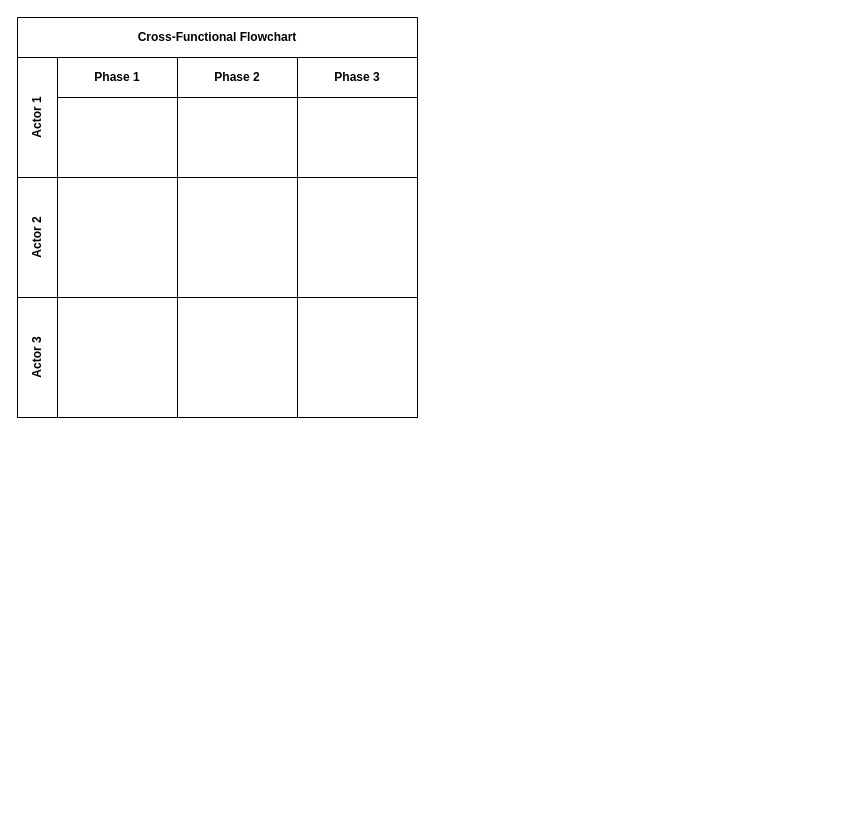
tekiegirl/TheMadKatas keeps this draw.io diagram as page "Page-2" (2 of 3) of Untitled Diagram.drawio. Above is the earlier version. Source tidied: cells renumbered, new cells numbered last; positions are measured from the earlier drawing's top-left corner, leaving out a move shared by most shapes. Both pictures are drawn from the tidied source at 100%, with x=0, y=0 at pixel (17, 17).
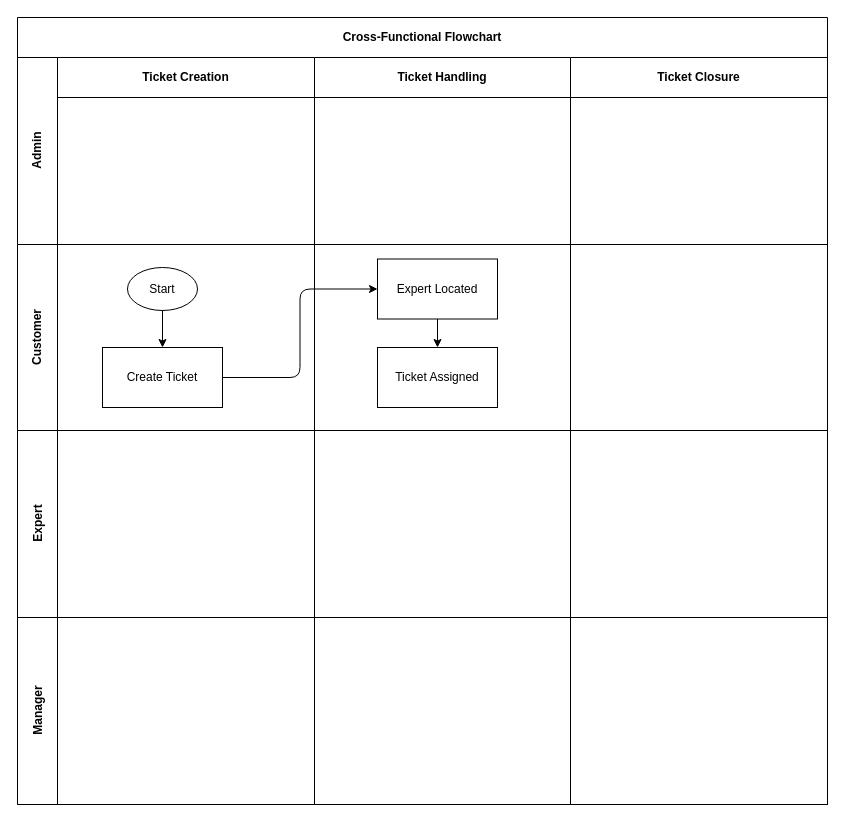
After the change.

What changed in the source:
```diff
@@
     <mxCell id="2" value="Cross-Functional Flowchart" style="shape=table;childLayout=tableLayout;rowLines=0;columnLines=0;startSize=40;html=1;whiteSpace=wrap;fontStyle=1;align=center;" parent="1" vertex="1">
-      <mxGeometry width="400" height="400" as="geometry" />
+      <mxGeometry width="810" height="787" as="geometry" />
     </mxCell>
-    <mxCell id="3" value="Actor 1" style="swimlane;horizontal=0;startSize=40;html=1;whiteSpace=wrap;fontStyle=1;" parent="2" vertex="1">
-      <mxGeometry y="40" width="400" height="120" as="geometry" />
+    <mxCell id="3" value="Admin" style="swimlane;horizontal=0;startSize=40;html=1;whiteSpace=wrap;fontStyle=1;" parent="2" vertex="1">
+      <mxGeometry y="40" width="810" height="187" as="geometry" />
     </mxCell>
-    <mxCell id="4" value="Phase 1" style="swimlane;startSize=40;html=1;whiteSpace=wrap;" parent="3" vertex="1">
-      <mxGeometry x="40" width="120" height="120" as="geometry" />
+    <mxCell id="4" value="Ticket Creation" style="swimlane;startSize=40;html=1;whiteSpace=wrap;" parent="3" vertex="1">
+      <mxGeometry x="40" width="257" height="187" as="geometry" />
     </mxCell>
-    <mxCell id="5" value="Phase 2" style="swimlane;startSize=40;html=1;whiteSpace=wrap;" parent="3" vertex="1">
-      <mxGeometry x="160" width="120" height="120" as="geometry" />
+    <mxCell id="5" value="Ticket Handling" style="swimlane;startSize=40;html=1;whiteSpace=wrap;" parent="3" vertex="1">
+      <mxGeometry x="297" width="256" height="187" as="geometry" />
     </mxCell>
-    <mxCell id="6" value="Phase 3" style="swimlane;startSize=40;html=1;whiteSpace=wrap;" parent="3" vertex="1">
-      <mxGeometry x="280" width="120" height="120" as="geometry" />
+    <mxCell id="6" value="Ticket Closure" style="swimlane;startSize=40;html=1;whiteSpace=wrap;" parent="3" vertex="1">
+      <mxGeometry x="553" width="257" height="187" as="geometry" />
     </mxCell>
-    <mxCell id="7" value="Actor 2" style="swimlane;horizontal=0;startSize=40;html=1;whiteSpace=wrap;" parent="2" vertex="1">
-      <mxGeometry y="160" width="400" height="120" as="geometry" />
+    <mxCell id="7" value="Customer" style="swimlane;horizontal=0;startSize=40;html=1;whiteSpace=wrap;" parent="2" vertex="1">
+      <mxGeometry y="227" width="810" height="186" as="geometry" />
     </mxCell>
     <mxCell id="8" style="swimlane;startSize=0;html=1;whiteSpace=wrap;" parent="7" vertex="1">
-      <mxGeometry x="40" width="120" height="120" as="geometry" />
+      <mxGeometry x="40" width="257" height="186" as="geometry" />
     </mxCell>
+    <mxCell id="15" value="Start" style="ellipse;whiteSpace=wrap;html=1;" parent="8" vertex="1">
+      <mxGeometry x="70" y="23" width="70" height="43" as="geometry" />
+    </mxCell>
+    <mxCell id="16" value="Create Ticket" style="rounded=0;whiteSpace=wrap;html=1;" parent="8" vertex="1">
+      <mxGeometry x="45" y="103" width="120" height="60" as="geometry" />
+    </mxCell>
+    <mxCell id="17" style="endArrow=classic;html=1;entryX=0.5;entryY=0;entryDx=0;entryDy=0;exitX=0.5;exitY=1;exitDx=0;exitDy=0;" parent="8" edge="1" source="15" target="16">
+      <mxGeometry relative="1" as="geometry" />
+    </mxCell>
     <mxCell id="9" style="swimlane;startSize=0;html=1;whiteSpace=wrap;" parent="7" vertex="1">
-      <mxGeometry x="160" width="120" height="120" as="geometry" />
+      <mxGeometry x="297" width="256" height="186" as="geometry" />
     </mxCell>
+    <mxCell id="18" value="Expert Located" style="rounded=0;whiteSpace=wrap;html=1;" parent="9" vertex="1">
+      <mxGeometry x="63" y="14.5" width="120" height="60" as="geometry" />
+    </mxCell>
+    <mxCell id="19" value="Ticket Assigned" style="rounded=0;whiteSpace=wrap;html=1;" parent="9" vertex="1">
+      <mxGeometry x="63" y="103" width="120" height="60" as="geometry" />
+    </mxCell>
+    <mxCell id="20" style="endArrow=classic;html=1;entryX=0.5;entryY=0;entryDx=0;entryDy=0;" parent="9" edge="1" source="18" target="19">
+      <mxGeometry relative="1" as="geometry" />
+    </mxCell>
     <mxCell id="10" style="swimlane;startSize=0;html=1;whiteSpace=wrap;" parent="7" vertex="1">
-      <mxGeometry x="280" width="120" height="120" as="geometry" />
+      <mxGeometry x="553" width="257" height="186" as="geometry" />
     </mxCell>
+    <mxCell id="21" style="endArrow=classic;html=1;entryX=0;entryY=0.5;entryDx=0;entryDy=0;exitX=1;exitY=0.5;exitDx=0;exitDy=0;edgeStyle=orthogonalEdgeStyle;" parent="7" edge="1" source="16" target="18">
+      <mxGeometry relative="1" as="geometry" />
+    </mxCell>
-    <mxCell id="11" value="Actor 3" style="swimlane;horizontal=0;startSize=40;html=1;whiteSpace=wrap;" parent="2" vertex="1">
-      <mxGeometry y="280" width="400" height="120" as="geometry" />
+    <mxCell id="11" value="Expert" style="swimlane;horizontal=0;startSize=40;html=1;whiteSpace=wrap;" parent="2" vertex="1">
+      <mxGeometry y="413" width="810" height="187" as="geometry" />
     </mxCell>
     <mxCell id="12" style="swimlane;startSize=0;html=1;whiteSpace=wrap;" parent="11" vertex="1">
-      <mxGeometry x="40" width="120" height="120" as="geometry" />
+      <mxGeometry x="40" width="257" height="187" as="geometry" />
     </mxCell>
     <mxCell id="13" style="swimlane;startSize=0;html=1;whiteSpace=wrap;" parent="11" vertex="1">
-      <mxGeometry x="160" width="120" height="120" as="geometry" />
+      <mxGeometry x="297" width="256" height="187" as="geometry" />
     </mxCell>
     <mxCell id="14" style="swimlane;startSize=0;html=1;whiteSpace=wrap;" parent="11" vertex="1">
-      <mxGeometry x="280" width="120" height="120" as="geometry" />
+      <mxGeometry x="553" width="257" height="187" as="geometry" />
     </mxCell>
+    <mxCell id="22" value="Manager" style="swimlane;horizontal=0;startSize=40;html=1;whiteSpace=wrap;" parent="2" vertex="1">
+      <mxGeometry y="600" width="810" height="187" as="geometry" />
+    </mxCell>
+    <mxCell id="23" style="swimlane;startSize=0;html=1;whiteSpace=wrap;" parent="22" vertex="1">
+      <mxGeometry x="40" width="257" height="187" as="geometry" />
+    </mxCell>
+    <mxCell id="24" style="swimlane;startSize=0;html=1;whiteSpace=wrap;" parent="22" vertex="1">
+      <mxGeometry x="297" width="256" height="187" as="geometry" />
+    </mxCell>
+    <mxCell id="25" style="swimlane;startSize=0;html=1;whiteSpace=wrap;" parent="22" vertex="1">
+      <mxGeometry x="553" width="257" height="187" as="geometry" />
+    </mxCell>
```
